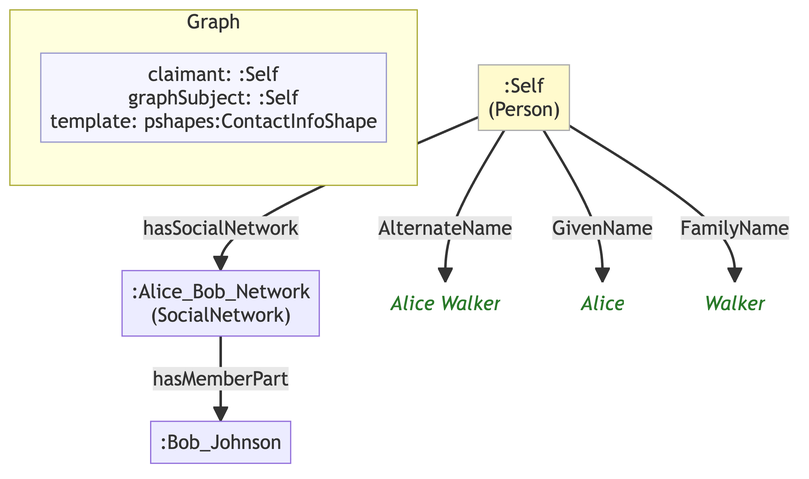
The Mermaid diagram example/graphs/images/graph-12.png in MeeFoundation/mia-ontologies, before a commit. Its source is kept beside it as example/graphs/images/graph-12.mmd.
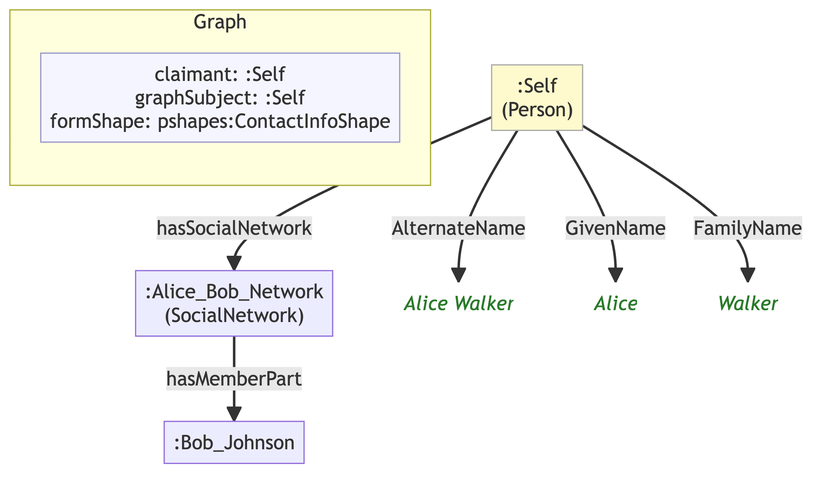
After the change.

What changed in the source:
```diff
@@ -7,18 +7,18 @@
 
     subgraph ctx["Graph"]
         direction LR
-        ctx_meta["claimant: :Self\ngraphSubject: :Self\ntemplate: pshapes:ContactInfoShape"]:::meta
+        ctx_meta["claimant: :Self\ngraphSubject: :Self\nformShape: pshapes:ContactInfoShape"]:::meta
     end
 
-    ne62a8f0f56d6[":Alice_Bob_Network\n(SocialNetwork)"]
-    ncea94215aa38[":Bob_Johnson"]
-    ne0c3ba92f1db[":Self\n(Person)"]:::person
-    ne679e4be55e1("Alice Walker"):::lit
-    ne5521fad28dd("Alice"):::lit
-    nf1fd718fadbd("Walker"):::lit
+    nc7c19cc9b4d9[":Alice_Bob_Network\n(SocialNetwork)"]
+    nc33b87295be6[":Bob_Johnson"]
+    n655e442e50be[":Self\n(Person)"]:::person
+    n393790c7a68a("Alice Walker"):::lit
+    nd860733cec97("Alice"):::lit
+    nf4d978e5d959("Walker"):::lit
 
-    ne62a8f0f56d6 -->|"hasMemberPart"| ncea94215aa38
-    ne0c3ba92f1db -->|"AlternateName"| ne679e4be55e1
-    ne0c3ba92f1db -->|"GivenName"| ne5521fad28dd
-    ne0c3ba92f1db -->|"FamilyName"| nf1fd718fadbd
-    ne0c3ba92f1db -->|"hasSocialNetwork"| ne62a8f0f56d6
+    nc7c19cc9b4d9 -->|"hasMemberPart"| nc33b87295be6
+    n655e442e50be -->|"AlternateName"| n393790c7a68a
+    n655e442e50be -->|"GivenName"| nd860733cec97
+    n655e442e50be -->|"FamilyName"| nf4d978e5d959
+    n655e442e50be -->|"hasSocialNetwork"| nc7c19cc9b4d9
```
